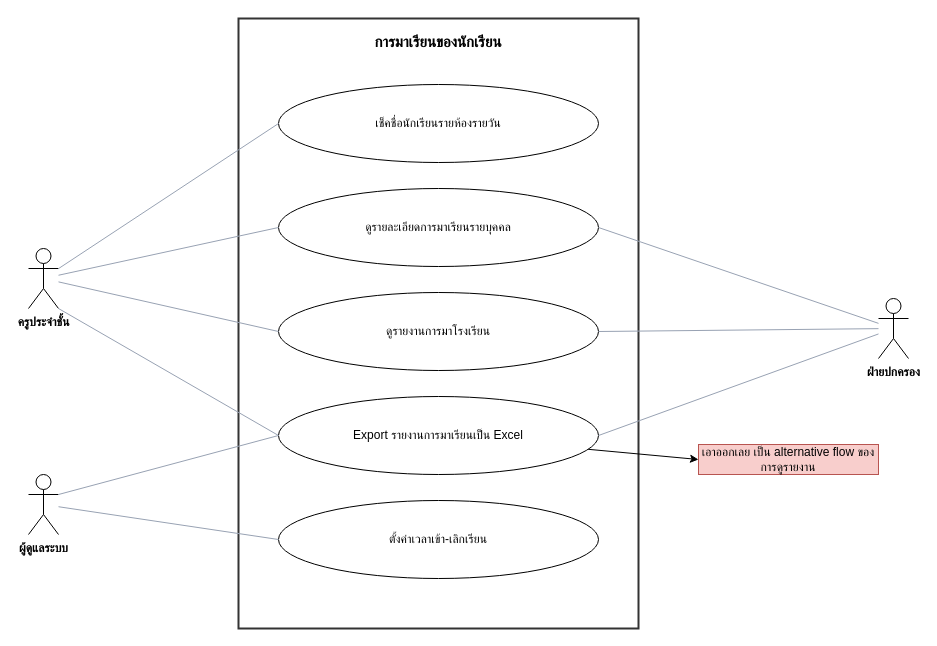
Above: page "การมาเรียนของนักเรียน" (4 of 6) of materials/doc/usecase-care.drawio in RealTiraqmisu/SchoolDark (draw.io), before the change. Source tidied: cells renumbered, new cells numbered last; positions are measured from the earlier drawing's top-left corner, leaving out a move shared by most shapes. Both pictures are drawn from the tidied source at 100%, with x=0, y=0 at pixel (28, 18).
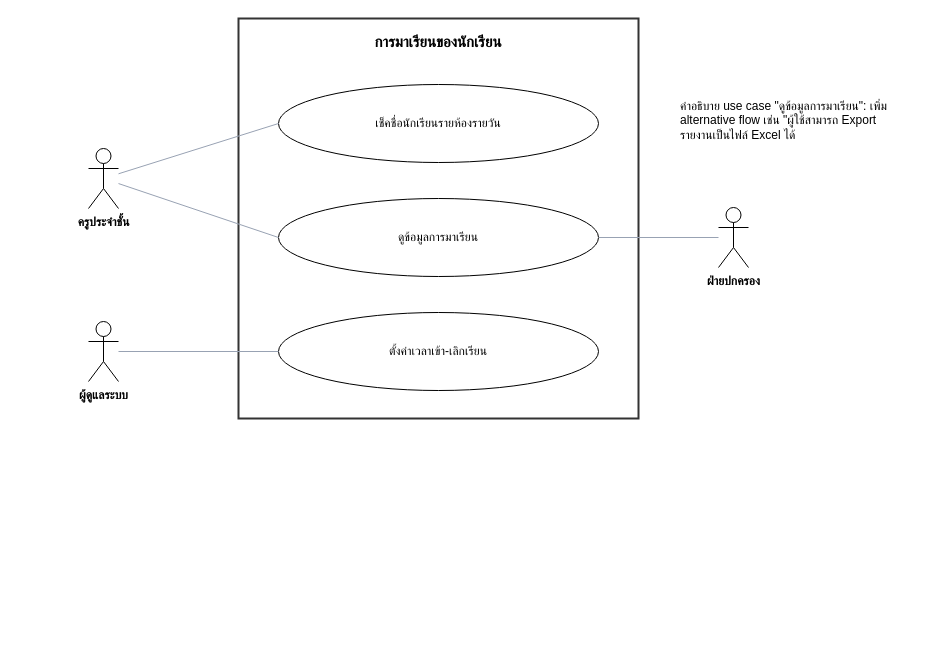
The same diagram, later.

The edit, as a diff of the source:
```diff
@@
     <mxCell id="2" value="การมาเรียนของนักเรียน" style="rounded=0;whiteSpace=wrap;html=1;verticalAlign=top;align=center;fontStyle=1;fontSize=15;fillColor=none;strokeColor=#333333;strokeWidth=2;spacingTop=8;" parent="1" vertex="1">
-      <mxGeometry x="210" width="400" height="610" as="geometry" />
+      <mxGeometry x="210" width="400" height="400" as="geometry" />
     </mxCell>
-    <mxCell id="3" value="ดูรายละเอียดการมาเรียนรายบุคคล" style="ellipse;whiteSpace=wrap;html=1;fontSize=12;spacing=10;" parent="1" vertex="1">
-      <mxGeometry x="250" y="170" width="320" height="78" as="geometry" />
-    </mxCell>
@@
-    <mxCell id="5" value="ดูรายงานการมาโรงเรียน" style="ellipse;whiteSpace=wrap;html=1;fontSize=12;spacing=10;" parent="1" vertex="1">
-      <mxGeometry x="250" y="274" width="320" height="78" as="geometry" />
+    <mxCell id="5" value="ดูข้อมูลการมาเรียน" style="ellipse;whiteSpace=wrap;html=1;fontSize=12;spacing=10;" parent="1" vertex="1">
+      <mxGeometry x="250" y="180" width="320" height="78" as="geometry" />
     </mxCell>
-    <mxCell id="6" style="edgeStyle=none;html=1;entryX=0;entryY=0.5;entryDx=0;entryDy=0;" parent="1" edge="1" source="7" target="21">
-      <mxGeometry relative="1" as="geometry" />
-    </mxCell>
-    <mxCell id="7" value="Export รายงานการมาเรียนเป็น Excel" style="ellipse;whiteSpace=wrap;html=1;fontSize=12;spacing=10;" parent="1" vertex="1">
-      <mxGeometry x="250" y="378" width="320" height="78" as="geometry" />
-    </mxCell>
     <mxCell id="8" value="ตั้งค่าเวลาเข้า-เลิกเรียน" style="ellipse;whiteSpace=wrap;html=1;fontSize=12;spacing=10;" parent="1" vertex="1">
-      <mxGeometry x="250" y="482" width="320" height="78" as="geometry" />
+      <mxGeometry x="250" y="294" width="320" height="78" as="geometry" />
     </mxCell>
     <mxCell id="9" value="ครูประจำชั้น" style="shape=umlActor;verticalLabelPosition=bottom;verticalAlign=top;html=1;outlineConnect=0;whiteSpace=nowrap;fontSize=12;fontStyle=1;" parent="1" vertex="1">
-      <mxGeometry y="230" width="30" height="60" as="geometry" />
+      <mxGeometry x="60" y="130" width="30" height="60" as="geometry" />
     </mxCell>
     <mxCell id="10" value="ผู้ดูแลระบบ" style="shape=umlActor;verticalLabelPosition=bottom;verticalAlign=top;html=1;outlineConnect=0;whiteSpace=nowrap;fontSize=12;fontStyle=1;" parent="1" vertex="1">
-      <mxGeometry y="456" width="30" height="60" as="geometry" />
+      <mxGeometry x="60" y="303" width="30" height="60" as="geometry" />
     </mxCell>
     <mxCell id="11" value="ฝ่ายปกครอง" style="shape=umlActor;verticalLabelPosition=bottom;verticalAlign=top;html=1;outlineConnect=0;whiteSpace=nowrap;fontSize=12;fontStyle=1;" parent="1" vertex="1">
-      <mxGeometry x="850" y="280" width="30" height="60" as="geometry" />
+      <mxGeometry x="690" y="189" width="30" height="60" as="geometry" />
     </mxCell>
-    <mxCell id="12" style="endArrow=none;html=1;strokeColor=#98a2b3;entryX=1;entryY=0.5;entryDx=0;entryDy=0;" parent="1" edge="1" source="11" target="3">
-      <mxGeometry relative="1" as="geometry" />
-    </mxCell>
-    <mxCell id="13" style="endArrow=none;html=1;strokeColor=#98a2b3;entryX=0;entryY=0.5;entryDx=0;entryDy=0;" parent="1" edge="1" source="9" target="3">
-      <mxGeometry relative="1" as="geometry" />
-    </mxCell>
@@
-    <mxCell id="17" style="endArrow=none;html=1;strokeColor=#98a2b3;entryX=1;entryY=0.5;entryDx=0;entryDy=0;" parent="1" edge="1" source="11" target="7">
-      <mxGeometry relative="1" as="geometry" />
-    </mxCell>
@@
-    <mxCell id="19" style="endArrow=none;html=1;strokeColor=#98a2b3;entryX=0;entryY=0.5;entryDx=0;entryDy=0;exitX=1;exitY=0.3333333333333333;exitDx=0;exitDy=0;exitPerimeter=0;" parent="1" edge="1" source="10" target="7">
-      <mxGeometry relative="1" as="geometry" />
-    </mxCell>
-    <mxCell id="20" style="endArrow=none;html=1;strokeColor=#98a2b3;entryX=0;entryY=0.5;entryDx=0;entryDy=0;exitX=1;exitY=1;exitDx=0;exitDy=0;exitPerimeter=0;" parent="1" edge="1" source="9" target="7">
-      <mxGeometry relative="1" as="geometry" />
-    </mxCell>
-    <mxCell id="21" value="เอาออกเลย เป็น alternative flow ของการดูรายงาน" style="text;html=1;whiteSpace=wrap;strokeColor=#b85450;fillColor=#f8cecc;align=center;verticalAlign=middle;rounded=0;" parent="1" vertex="1">
-      <mxGeometry x="670" y="426" width="180" height="30" as="geometry" />
-    </mxCell>
+    <mxCell id="22" value="คำอธิบาย use case &quot;ดูข้อมูลการมาเรียน&quot;: เพิ่ม alternative flow เช่น &quot;ผู้ใช้สามารถ Export รายงานเป็นไฟล์ Excel ได้" style="text;whiteSpace=wrap;align=left;verticalAlign=top;fontFamily=Helvetica;fontSize=12;fontColor=default;fillColor=none;gradientColor=none;" parent="1" vertex="1">
+      <mxGeometry x="650" y="74" width="220" height="70" as="geometry" />
+    </mxCell>
```
